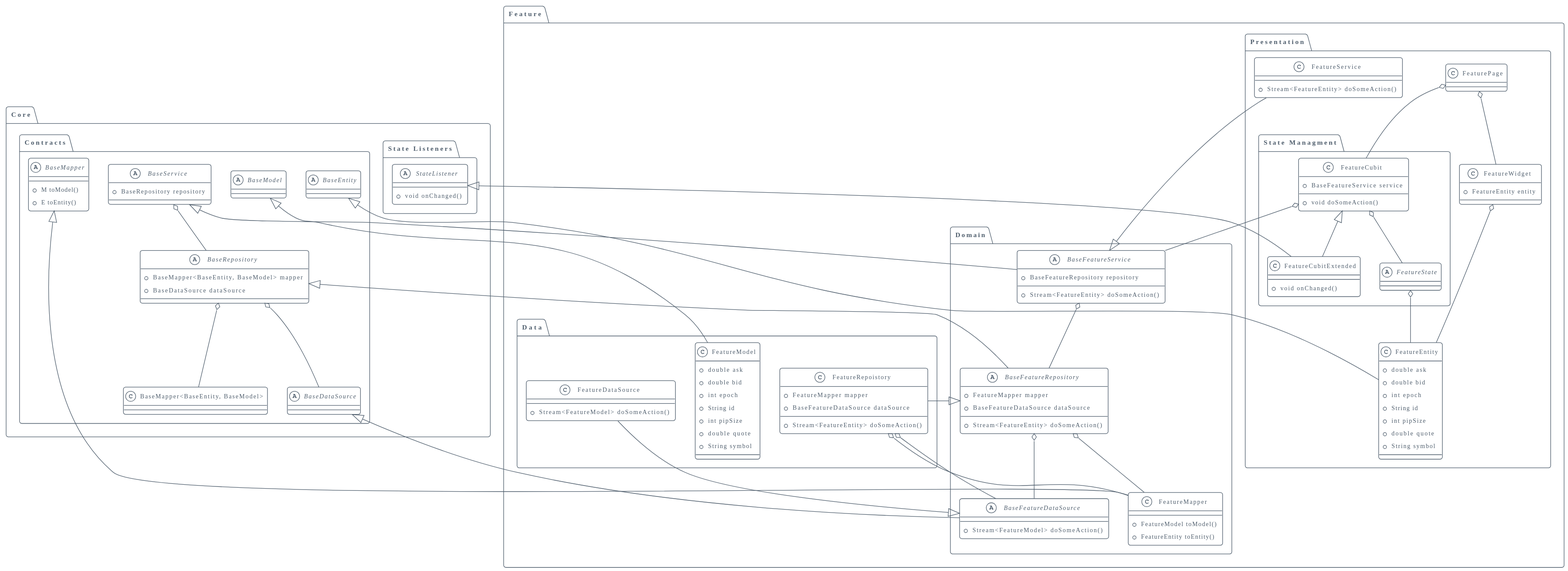
Before: diagram.svg, a diagram exported from PlantUML (hamed-rezaee/flutter_component_architecture_poc). Its diagram source:
```plantuml
@startuml
!theme aws-orange
!theme plain

set namespaceSeparator ::

abstract class "Core::Contracts::BaseModel" {
}

abstract class "Core::Contracts::BaseRepository" {
  +BaseMapper<BaseEntity, BaseModel> mapper
  +BaseDataSource dataSource
}

"Core::Contracts::BaseRepository" o-- "Core::Contracts::BaseMapper<BaseEntity, BaseModel>"
"Core::Contracts::BaseRepository" o-- "Core::Contracts::BaseDataSource"

abstract class "Core::Contracts::BaseMapper" {
  +M toModel()
  +E toEntity()
}

abstract class "Core::Contracts::BaseService" {
  +BaseRepository repository
}

"Core::Contracts::BaseService" o-- "Core::Contracts::BaseRepository"

abstract class "Core::Contracts::BaseDataSource" {
}

abstract class "Core::Contracts::BaseEntity" {
}

abstract class "Core::State Listeners::StateListener" {
  +void onChanged()
}

class "Feature::Data::FeatureRepoistory" {
  +FeatureMapper mapper
  +BaseFeatureDataSource dataSource
  +Stream<FeatureEntity> doSomeAction()
}

"Feature::Data::FeatureRepoistory" o-- "Feature::Domain::FeatureMapper"
"Feature::Data::FeatureRepoistory" o-- "Feature::Domain::BaseFeatureDataSource"
"Feature::Domain::BaseFeatureRepository" <|-- "Feature::Data::FeatureRepoistory"

class "Feature::Data::FeatureModel" {
  +double ask
  +double bid
  +int epoch
  +String id
  +int pipSize
  +double quote
  +String symbol
}

"Core::Contracts::BaseModel" <|-- "Feature::Data::FeatureModel"

class "Feature::Data::FeatureDataSource" {
  +Stream<FeatureModel> doSomeAction()
}

"Feature::Domain::BaseFeatureDataSource" <|-- "Feature::Data::FeatureDataSource"

abstract class "Feature::Domain::BaseFeatureService" {
  +BaseFeatureRepository repository
  +Stream<FeatureEntity> doSomeAction()
}

"Feature::Domain::BaseFeatureService" o-- "Feature::Domain::BaseFeatureRepository"
"Core::Contracts::BaseService" <|-- "Feature::Domain::BaseFeatureService"

class "Feature::Domain::FeatureMapper" {
  +FeatureModel toModel()
  +FeatureEntity toEntity()
}

"Core::Contracts::BaseMapper" <|-- "Feature::Domain::FeatureMapper"

abstract class "Feature::Domain::BaseFeatureDataSource" {
  +Stream<FeatureModel> doSomeAction()
}

"Core::Contracts::BaseDataSource" <|-- "Feature::Domain::BaseFeatureDataSource"

abstract class "Feature::Domain::BaseFeatureRepository" {
  +FeatureMapper mapper
  +BaseFeatureDataSource dataSource
  +Stream<FeatureEntity> doSomeAction()
}

"Feature::Domain::BaseFeatureRepository" o-- "Feature::Domain::FeatureMapper"
"Feature::Domain::BaseFeatureRepository" o-- "Feature::Domain::BaseFeatureDataSource"
"Core::Contracts::BaseRepository" <|-- "Feature::Domain::BaseFeatureRepository"

class "Feature::Presentation::FeatureService" {
  +Stream<FeatureEntity> doSomeAction()
}

"Feature::Domain::BaseFeatureService" <|-- "Feature::Presentation::FeatureService"

class "Feature::Presentation::FeatureWidget" {
  +FeatureEntity entity
}

"Feature::Presentation::FeatureWidget" o-- "Feature::Presentation::FeatureEntity"

class "Feature::Presentation::State Managment::FeatureCubitExtended" {
  +void onChanged()
}

"Feature::Presentation::State Managment::FeatureCubit" <|-- "Feature::Presentation::State Managment::FeatureCubitExtended"
"Core::State Listeners::StateListener" <|-- "Feature::Presentation::State Managment::FeatureCubitExtended"

class "Feature::Presentation::FeatureEntity" {
  +double ask
  +double bid
  +int epoch
  +String id
  +int pipSize
  +double quote
  +String symbol
}

"Core::Contracts::BaseEntity" <|-- "Feature::Presentation::FeatureEntity"

class "Feature::Presentation::State Managment::FeatureCubit" {
  +BaseFeatureService service
  +void doSomeAction()
}

"Feature::Presentation::State Managment::FeatureCubit" o-- "Feature::Domain::BaseFeatureService"

abstract class "Feature::Presentation::State Managment::FeatureState" {
}

class "Feature::Presentation::FeaturePage" {
}

"Feature::Presentation::State Managment::FeatureCubit" o-- "Feature::Presentation::State Managment::FeatureState"
"Feature::Presentation::State Managment::FeatureState" o-- "Feature::Presentation::FeatureEntity"
"Feature::Presentation::FeaturePage" o-- "Feature::Presentation::FeatureWidget"
"Feature::Presentation::FeaturePage" o-- "Feature::Presentation::State Managment::FeatureCubit"
@enduml
```
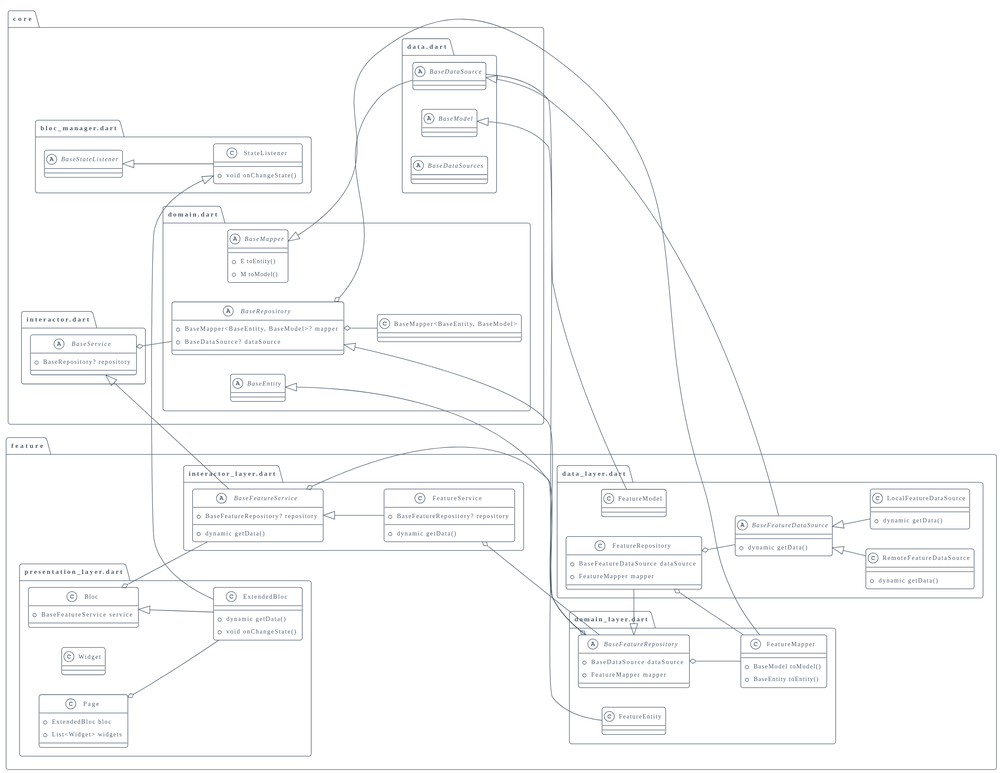
After the change.

Change to the diagram source:
```diff
@@ -4,143 +4,138 @@
 
 set namespaceSeparator ::
 
-abstract class "Core::Contracts::BaseModel" {
+left to right direction
+
+abstract class "core::bloc_manager.dart::BaseStateListener" {
 }
 
-abstract class "Core::Contracts::BaseRepository" {
-  +BaseMapper<BaseEntity, BaseModel> mapper
-  +BaseDataSource dataSource
+class "core::bloc_manager.dart::StateListener" {
+  +void onChangeState()
 }
 
-"Core::Contracts::BaseRepository" o-- "Core::Contracts::BaseMapper<BaseEntity, BaseModel>"
-"Core::Contracts::BaseRepository" o-- "Core::Contracts::BaseDataSource"
+"core::bloc_manager.dart::BaseStateListener" <|-- "core::bloc_manager.dart::StateListener"
 
-abstract class "Core::Contracts::BaseMapper" {
-  +M toModel()
-  +E toEntity()
+abstract class "core::data.dart::BaseDataSource" {
 }
 
-abstract class "Core::Contracts::BaseService" {
-  +BaseRepository repository
+abstract class "core::data.dart::BaseModel" {
 }
 
-"Core::Contracts::BaseService" o-- "Core::Contracts::BaseRepository"
-
-abstract class "Core::Contracts::BaseDataSource" {
+abstract class "core::data.dart::BaseDataSources" {
 }
 
-abstract class "Core::Contracts::BaseEntity" {
+abstract class "core::domain.dart::BaseEntity" {
 }
 
-abstract class "Core::State Listeners::StateListener" {
-  +void onChanged()
+abstract class "core::domain.dart::BaseMapper" {
+  +E toEntity()
+  +M toModel()
 }
 
-class "Feature::Data::FeatureRepoistory" {
-  +FeatureMapper mapper
-  +BaseFeatureDataSource dataSource
-  +Stream<FeatureEntity> doSomeAction()
+abstract class "core::domain.dart::BaseRepository" {
+  +BaseMapper<BaseEntity, BaseModel>? mapper
+  +BaseDataSource? dataSource
 }
 
-"Feature::Data::FeatureRepoistory" o-- "Feature::Domain::FeatureMapper"
-"Feature::Data::FeatureRepoistory" o-- "Feature::Domain::BaseFeatureDataSource"
-"Feature::Domain::BaseFeatureRepository" <|-- "Feature::Data::FeatureRepoistory"
+"core::domain.dart::BaseRepository" o-- "core::domain.dart::BaseMapper<BaseEntity, BaseModel>"
+"core::domain.dart::BaseRepository" o-- "core::data.dart::BaseDataSource"
 
-class "Feature::Data::FeatureModel" {
-  +double ask
-  +double bid
-  +int epoch
-  +String id
-  +int pipSize
-  +double quote
-  +String symbol
+abstract class "core::interactor.dart::BaseService" {
+  +BaseRepository? repository
 }
 
-"Core::Contracts::BaseModel" <|-- "Feature::Data::FeatureModel"
+"core::interactor.dart::BaseService" o-- "core::domain.dart::BaseRepository"
 
-class "Feature::Data::FeatureDataSource" {
-  +Stream<FeatureModel> doSomeAction()
+class "feature::data_layer.dart::FeatureModel" {
 }
 
-"Feature::Domain::BaseFeatureDataSource" <|-- "Feature::Data::FeatureDataSource"
+"core::data.dart::BaseModel" <|-- "feature::data_layer.dart::FeatureModel"
 
-abstract class "Feature::Domain::BaseFeatureService" {
-  +BaseFeatureRepository repository
-  +Stream<FeatureEntity> doSomeAction()
+abstract class "feature::data_layer.dart::BaseFeatureDataSource" {
+  +dynamic getData()
 }
 
-"Feature::Domain::BaseFeatureService" o-- "Feature::Domain::BaseFeatureRepository"
-"Core::Contracts::BaseService" <|-- "Feature::Domain::BaseFeatureService"
+"core::data.dart::BaseDataSource" <|-- "feature::data_layer.dart::BaseFeatureDataSource"
 
-class "Feature::Domain::FeatureMapper" {
-  +FeatureModel toModel()
-  +FeatureEntity toEntity()
+class "feature::data_layer.dart::RemoteFeatureDataSource" {
+  +dynamic getData()
 }
 
-"Core::Contracts::BaseMapper" <|-- "Feature::Domain::FeatureMapper"
+"feature::data_layer.dart::BaseFeatureDataSource" <|-- "feature::data_layer.dart::RemoteFeatureDataSource"
 
-abstract class "Feature::Domain::BaseFeatureDataSource" {
-  +Stream<FeatureModel> doSomeAction()
+class "feature::data_layer.dart::LocalFeatureDataSource" {
+  +dynamic getData()
 }
 
-"Core::Contracts::BaseDataSource" <|-- "Feature::Domain::BaseFeatureDataSource"
+"feature::data_layer.dart::BaseFeatureDataSource" <|-- "feature::data_layer.dart::LocalFeatureDataSource"
 
-abstract class "Feature::Domain::BaseFeatureRepository" {
+class "feature::data_layer.dart::FeatureRepository" {
+  +BaseFeatureDataSource dataSource
   +FeatureMapper mapper
-  +BaseFeatureDataSource dataSource
-  +Stream<FeatureEntity> doSomeAction()
 }
 
-"Feature::Domain::BaseFeatureRepository" o-- "Feature::Domain::FeatureMapper"
-"Feature::Domain::BaseFeatureRepository" o-- "Feature::Domain::BaseFeatureDataSource"
-"Core::Contracts::BaseRepository" <|-- "Feature::Domain::BaseFeatureRepository"
+"feature::data_layer.dart::FeatureRepository" o-- "feature::data_layer.dart::BaseFeatureDataSource"
+"feature::data_layer.dart::FeatureRepository" o-- "feature::domain_layer.dart::FeatureMapper"
+"feature::domain_layer.dart::BaseFeatureRepository" <|-- "feature::data_layer.dart::FeatureRepository"
 
-class "Feature::Presentation::FeatureService" {
-  +Stream<FeatureEntity> doSomeAction()
+class "feature::domain_layer.dart::FeatureEntity" {
 }
 
-"Feature::Domain::BaseFeatureService" <|-- "Feature::Presentation::FeatureService"
+"core::domain.dart::BaseEntity" <|-- "feature::domain_layer.dart::FeatureEntity"
 
-class "Feature::Presentation::FeatureWidget" {
-  +FeatureEntity entity
+class "feature::domain_layer.dart::FeatureMapper" {
+  +BaseModel toModel()
+  +BaseEntity toEntity()
 }
 
-"Feature::Presentation::FeatureWidget" o-- "Feature::Presentation::FeatureEntity"
+"core::domain.dart::BaseMapper" <|-- "feature::domain_layer.dart::FeatureMapper"
 
-class "Feature::Presentation::State Managment::FeatureCubitExtended" {
-  +void onChanged()
+abstract class "feature::domain_layer.dart::BaseFeatureRepository" {
+  +BaseDataSource dataSource
+  +FeatureMapper mapper
 }
 
-"Feature::Presentation::State Managment::FeatureCubit" <|-- "Feature::Presentation::State Managment::FeatureCubitExtended"
-"Core::State Listeners::StateListener" <|-- "Feature::Presentation::State Managment::FeatureCubitExtended"
+"feature::domain_layer.dart::BaseFeatureRepository" o-- "core::data.dart::BaseDataSource"
+"feature::domain_layer.dart::BaseFeatureRepository" o-- "feature::domain_layer.dart::FeatureMapper"
+"core::domain.dart::BaseRepository" <|-- "feature::domain_layer.dart::BaseFeatureRepository"
 
-class "Feature::Presentation::FeatureEntity" {
-  +double ask
-  +double bid
-  +int epoch
-  +String id
-  +int pipSize
-  +double quote
-  +String symbol
+abstract class "feature::interactor_layer.dart::BaseFeatureService" {
+  +BaseFeatureRepository? repository
+  +dynamic getData()
 }
 
-"Core::Contracts::BaseEntity" <|-- "Feature::Presentation::FeatureEntity"
+"feature::interactor_layer.dart::BaseFeatureService" o-- "feature::domain_layer.dart::BaseFeatureRepository"
+"core::interactor.dart::BaseService" <|-- "feature::interactor_layer.dart::BaseFeatureService"
 
-class "Feature::Presentation::State Managment::FeatureCubit" {
-  +BaseFeatureService service
-  +void doSomeAction()
+class "feature::interactor_layer.dart::FeatureService" {
+  +BaseFeatureRepository? repository
+  +dynamic getData()
 }
 
-"Feature::Presentation::State Managment::FeatureCubit" o-- "Feature::Domain::BaseFeatureService"
+"feature::interactor_layer.dart::FeatureService" o-- "feature::domain_layer.dart::BaseFeatureRepository"
+"feature::interactor_layer.dart::BaseFeatureService" <|-- "feature::interactor_layer.dart::FeatureService"
 
-abstract class "Feature::Presentation::State Managment::FeatureState" {
+class "feature::presentation_layer.dart::ExtendedBloc" {
+  +dynamic getData()
+  +void onChangeState()
 }
 
-class "Feature::Presentation::FeaturePage" {
+"feature::presentation_layer.dart::Bloc" <|-- "feature::presentation_layer.dart::ExtendedBloc"
+"core::bloc_manager.dart::StateListener" <|-- "feature::presentation_layer.dart::ExtendedBloc"
+
+class "feature::presentation_layer.dart::Bloc" {
+  +BaseFeatureService service
 }
 
-"Feature::Presentation::State Managment::FeatureCubit" o-- "Feature::Presentation::State Managment::FeatureState"
-"Feature::Presentation::State Managment::FeatureState" o-- "Feature::Presentation::FeatureEntity"
-"Feature::Presentation::FeaturePage" o-- "Feature::Presentation::FeatureWidget"
-"Feature::Presentation::FeaturePage" o-- "Feature::Presentation::State Managment::FeatureCubit"
+"feature::presentation_layer.dart::Bloc" o-- "feature::interactor_layer.dart::BaseFeatureService"
+
+class "feature::presentation_layer.dart::Widget" {
+}
+
+class "feature::presentation_layer.dart::Page" {
+  +ExtendedBloc bloc
+  +List<Widget> widgets
+}
+
+"feature::presentation_layer.dart::Page" o-- "feature::presentation_layer.dart::ExtendedBloc"
 @enduml
```
